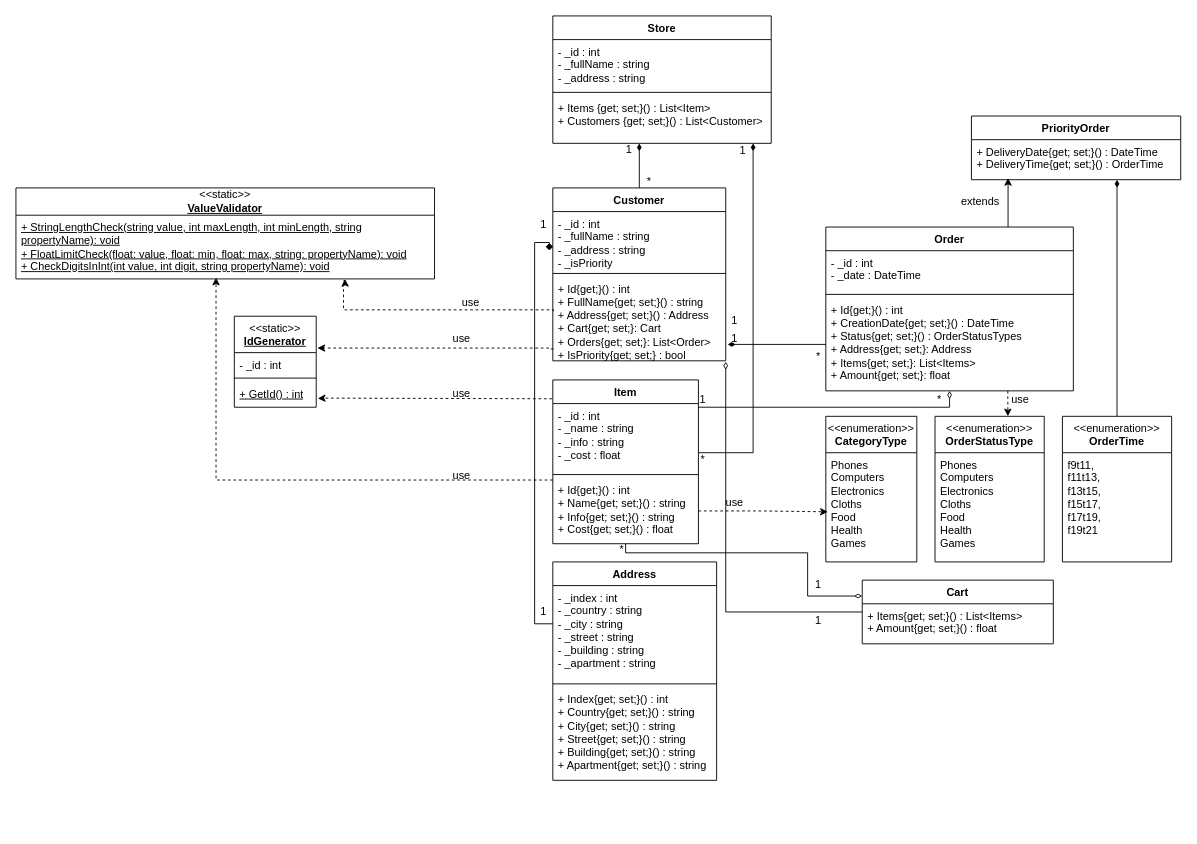
The draw.io diagram oop-winform/Diagram.drawio in antoniocra04/oop-winform, before the edit. Source tidied: cells renumbered, new cells numbered last; positions are measured from the earlier drawing's top-left corner, leaving out a move shared by most shapes. Both pictures are drawn from the tidied source at 91%, with x=0, y=0 at pixel (15, 15).
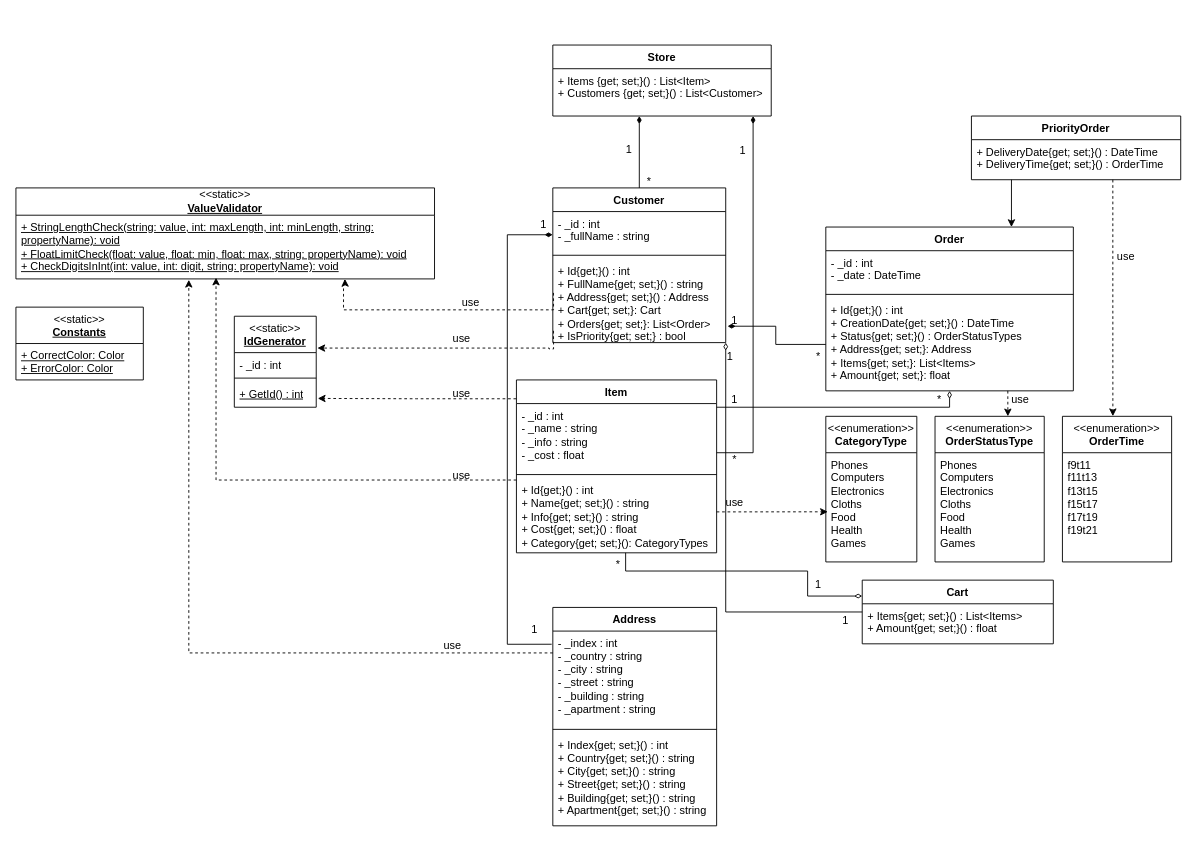
Above is the later version.

Commit message (it also covers changes not shown here):
fix(sln, diagram): исправленны замечания

Unchanged cells that the change refers to:
```xml
<mxCell id="13" value="&lt;u&gt;+ GetId() : int&lt;/u&gt;" style="text;strokeColor=none;fillColor=none;align=left;verticalAlign=top;spacingLeft=4;spacingRight=4;overflow=hidden;points=[[0,0.5],[1,0.5]];portConstraint=eastwest;whiteSpace=wrap;html=1;" parent="10" vertex="1">
  <mxGeometry y="72" width="90" height="28" as="geometry" />
</mxCell>
<mxCell id="14" value="&amp;lt;&amp;lt;static&amp;gt;&amp;gt;&lt;br&gt;&lt;b&gt;&lt;u&gt;ValueValidator&lt;/u&gt;&lt;/b&gt;" style="swimlane;fontStyle=0;horizontal=1;startSize=30;fillColor=none;whiteSpace=wrap;html=1;" parent="1" vertex="1">
  <mxGeometry y="189" width="460" height="100" as="geometry" />
</mxCell>
<mxCell id="24" value="- _index : int&lt;br&gt;- _country : string&lt;br&gt;- _city : string&lt;br&gt;&lt;div&gt;- _street : string&lt;br&gt;&lt;/div&gt;&lt;div&gt;- _building : string&lt;/div&gt;&lt;div&gt;- _apartment : string&lt;br&gt;&lt;/div&gt;" style="text;strokeColor=none;fillColor=none;align=left;verticalAlign=top;spacingLeft=4;spacingRight=4;overflow=hidden;points=[[0,0.5],[1,0.5]];portConstraint=eastwest;whiteSpace=wrap;html=1;" parent="23" vertex="1">
  <mxGeometry y="26" width="180" height="104" as="geometry" />
</mxCell>
<mxCell id="29" value="&lt;div&gt;Phones&lt;/div&gt;&lt;div&gt;Computers&lt;/div&gt;&lt;div&gt;Electronics&lt;/div&gt;&lt;div&gt;Cloths&lt;/div&gt;&lt;div&gt;Food&lt;/div&gt;&lt;div&gt;Health&lt;/div&gt;&lt;div&gt;Games&lt;br&gt;&lt;/div&gt;" style="text;strokeColor=none;fillColor=none;align=left;verticalAlign=top;spacingLeft=4;spacingRight=4;overflow=hidden;points=[[0,0.5],[1,0.5]];portConstraint=eastwest;whiteSpace=wrap;html=1;" parent="28" vertex="1">
  <mxGeometry y="40" width="100" height="120" as="geometry" />
</mxCell>
<mxCell id="44" value="Cart" style="swimlane;fontStyle=1;align=center;verticalAlign=top;horizontal=1;startSize=26;whiteSpace=wrap;html=1;" parent="1" vertex="1">
  <mxGeometry x="930" y="620" width="210" height="70" as="geometry" />
</mxCell>
<mxCell id="46" value="Order" style="swimlane;fontStyle=1;align=center;verticalAlign=top;horizontal=1;startSize=26;whiteSpace=wrap;html=1;" parent="1" vertex="1">
  <mxGeometry x="890" y="232" width="272" height="180" as="geometry" />
</mxCell>
<mxCell id="66" value="+ DeliveryDate{get; set;}() : DateTime&lt;br&gt;+ DeliveryTime{get; set;}() : OrderTime" style="text;strokeColor=none;fillColor=none;align=left;verticalAlign=top;spacingLeft=4;spacingRight=4;overflow=hidden;points=[[0,0.5],[1,0.5]];portConstraint=eastwest;whiteSpace=wrap;html=1;" parent="65" vertex="1">
  <mxGeometry y="26" width="230" height="44" as="geometry" />
</mxCell>
<mxCell id="70" value="&lt;span style=&quot;font-weight: normal;&quot;&gt;&amp;lt;&amp;lt;enumeration&amp;gt;&amp;gt;&lt;/span&gt;&lt;br&gt;OrderTime" style="swimlane;fontStyle=1;align=center;verticalAlign=top;horizontal=1;startSize=40;whiteSpace=wrap;html=1;" parent="1" vertex="1">
  <mxGeometry x="1150" y="440" width="120" height="160" as="geometry" />
</mxCell>
```

The edit, as a diff of the source:
```diff
@@
     <mxCell id="2" value="Customer" style="swimlane;fontStyle=1;align=center;verticalAlign=top;horizontal=1;startSize=26;whiteSpace=wrap;html=1;" parent="1" vertex="1">
-      <mxGeometry x="590" y="189" width="190" height="190" as="geometry" />
+      <mxGeometry x="590" y="189" width="190" height="170" as="geometry" />
     </mxCell>
-    <mxCell id="3" value="- _id : int&lt;br&gt;- _fullName : string&lt;br&gt;- _address : string&lt;div&gt;- _isPriority&lt;br&gt;&lt;/div&gt;" style="text;strokeColor=none;fillColor=none;align=left;verticalAlign=top;spacingLeft=4;spacingRight=4;overflow=hidden;points=[[0,0.5],[1,0.5]];portConstraint=eastwest;whiteSpace=wrap;html=1;" parent="2" vertex="1">
-      <mxGeometry y="26" width="190" height="64" as="geometry" />
+    <mxCell id="3" value="- _id : int&lt;br&gt;- _fullName : string" style="text;strokeColor=none;fillColor=none;align=left;verticalAlign=top;spacingLeft=4;spacingRight=4;overflow=hidden;points=[[0,0.5],[1,0.5]];portConstraint=eastwest;whiteSpace=wrap;html=1;" parent="2" vertex="1">
+      <mxGeometry y="26" width="190" height="44" as="geometry" />
     </mxCell>
     <mxCell id="4" style="line;strokeWidth=1;fillColor=none;align=left;verticalAlign=middle;spacingTop=-1;spacingLeft=3;spacingRight=3;labelPosition=right;strokeColor=inherit;" parent="2" vertex="1">
-      <mxGeometry y="90" width="190" height="8" as="geometry" />
+      <mxGeometry y="70" width="190" height="8" as="geometry" />
     </mxCell>
     <mxCell id="5" value="+ Id{get;}() : int&lt;br&gt;+ FullName{get; set;}() : string&lt;br&gt;+ Address{get; set;}() : Address&lt;div&gt;+ Cart{get; set;}: Cart&lt;/div&gt;&lt;div&gt;+ Orders{get; set;}: List&amp;lt;Order&amp;gt;&lt;/div&gt;&lt;div&gt;+ IsPriority{get; set;} : bool&lt;br&gt;&lt;/div&gt;" style="text;strokeColor=none;fillColor=none;align=left;verticalAlign=top;spacingLeft=4;spacingRight=4;overflow=hidden;points=[[0,0.5],[1,0.5]];portConstraint=eastwest;whiteSpace=wrap;html=1;" parent="2" vertex="1">
-      <mxGeometry y="98" width="190" height="92" as="geometry" />
+      <mxGeometry y="78" width="190" height="92" as="geometry" />
     </mxCell>
     <mxCell id="6" value="Item" style="swimlane;fontStyle=1;align=center;verticalAlign=top;horizontal=1;startSize=26;whiteSpace=wrap;html=1;" parent="1" vertex="1">
-      <mxGeometry x="590" y="400" width="160" height="180" as="geometry" />
+      <mxGeometry x="550" y="400" width="220" height="190" as="geometry" />
     </mxCell>
     <mxCell id="7" value="- _id : int&lt;br&gt;- _name : string&lt;br&gt;- _info : string&lt;br&gt;- _cost : float" style="text;strokeColor=none;fillColor=none;align=left;verticalAlign=top;spacingLeft=4;spacingRight=4;overflow=hidden;points=[[0,0.5],[1,0.5]];portConstraint=eastwest;whiteSpace=wrap;html=1;" parent="6" vertex="1">
-      <mxGeometry y="26" width="160" height="74" as="geometry" />
+      <mxGeometry y="26" width="220" height="74" as="geometry" />
     </mxCell>
     <mxCell id="8" style="line;strokeWidth=1;fillColor=none;align=left;verticalAlign=middle;spacingTop=-1;spacingLeft=3;spacingRight=3;labelPosition=right;strokeColor=inherit;" parent="6" vertex="1">
-      <mxGeometry y="100" width="160" height="8" as="geometry" />
+      <mxGeometry y="100" width="220" height="8" as="geometry" />
     </mxCell>
-    <mxCell id="9" value="+ Id{get;}() : int&lt;br&gt;+ Name{get; set;}() : string&lt;br&gt;+ Info{get; set;}() : string&lt;br&gt;+ Cost{get; set;}() : float" style="text;strokeColor=none;fillColor=none;align=left;verticalAlign=top;spacingLeft=4;spacingRight=4;overflow=hidden;points=[[0,0.5],[1,0.5]];portConstraint=eastwest;whiteSpace=wrap;html=1;" parent="6" vertex="1">
-      <mxGeometry y="108" width="160" height="72" as="geometry" />
+    <mxCell id="9" value="+ Id{get;}() : int&lt;br&gt;+ Name{get; set;}() : string&lt;br&gt;+ Info{get; set;}() : string&lt;br&gt;+ Cost{get; set;}() : float&lt;div&gt;+ Category{get; set;}(): CategoryTypes&lt;/div&gt;" style="text;strokeColor=none;fillColor=none;align=left;verticalAlign=top;spacingLeft=4;spacingRight=4;overflow=hidden;points=[[0,0.5],[1,0.5]];portConstraint=eastwest;whiteSpace=wrap;html=1;" parent="6" vertex="1">
+      <mxGeometry y="108" width="220" height="82" as="geometry" />
     </mxCell>
@@
-    <mxCell id="15" value="&lt;div&gt;&lt;u&gt;+ StringLengthCheck(string value, int maxLength, int minLength, string propertyName): void&lt;br&gt;&lt;/u&gt;&lt;/div&gt;&lt;div&gt;&lt;u&gt;+ FloatLimitCheck(float: value, float: min, float: max, string: propertyName): void&lt;br&gt;&lt;/u&gt;&lt;/div&gt;&lt;div&gt;&lt;u&gt;+ CheckDigitsInInt(int value, int digit, string propertyName): void&lt;/u&gt;&lt;br&gt;&lt;/div&gt;" style="text;strokeColor=none;fillColor=none;align=left;verticalAlign=top;spacingLeft=4;spacingRight=4;overflow=hidden;points=[[0,0.5],[1,0.5]];portConstraint=eastwest;whiteSpace=wrap;html=1;" parent="14" vertex="1">
+    <mxCell id="15" value="&lt;div&gt;&lt;u&gt;+ StringLengthCheck(string: value, int: maxLength, int: minLength, string: propertyName): void&lt;br&gt;&lt;/u&gt;&lt;/div&gt;&lt;div&gt;&lt;u&gt;+ FloatLimitCheck(float: value, float: min, float: max, string: propertyName): void&lt;br&gt;&lt;/u&gt;&lt;/div&gt;&lt;div&gt;&lt;u&gt;+ CheckDigitsInInt(int: value, int: digit, string: propertyName): void&lt;/u&gt;&lt;br&gt;&lt;/div&gt;" style="text;strokeColor=none;fillColor=none;align=left;verticalAlign=top;spacingLeft=4;spacingRight=4;overflow=hidden;points=[[0,0.5],[1,0.5]];portConstraint=eastwest;whiteSpace=wrap;html=1;" parent="14" vertex="1">
       <mxGeometry y="30" width="460" height="70" as="geometry" />
     </mxCell>
@@
-    <mxCell id="19" style="edgeStyle=orthogonalEdgeStyle;rounded=0;jettySize=auto;html=1;entryX=1.019;entryY=0.655;entryDx=0;entryDy=0;dashed=1;entryPerimeter=0;exitX=-0.005;exitY=0.115;exitDx=0;exitDy=0;exitPerimeter=0;" parent="1" edge="1" source="6" target="13">
-      <mxGeometry relative="1" as="geometry">
-        <Array as="points">
-          <mxPoint x="587" y="421" />
-          <mxPoint x="340" y="420" />
-          <mxPoint x="340" y="390" />
-        </Array>
-      </mxGeometry>
+    <mxCell id="19" style="edgeStyle=orthogonalEdgeStyle;rounded=0;jettySize=auto;html=1;entryX=1.019;entryY=0.655;entryDx=0;entryDy=0;dashed=1;entryPerimeter=0;exitX=-0.001;exitY=0.109;exitDx=0;exitDy=0;exitPerimeter=0;" parent="1" edge="1" source="6" target="13">
+      <mxGeometry relative="1" as="geometry" />
     </mxCell>
@@
     <mxCell id="23" value="Address" style="swimlane;fontStyle=1;align=center;verticalAlign=top;horizontal=1;startSize=26;whiteSpace=wrap;html=1;" parent="1" vertex="1">
-      <mxGeometry x="590" y="600" width="180" height="240" as="geometry" />
+      <mxGeometry x="590" y="650" width="180" height="240" as="geometry" />
     </mxCell>
@@
-    <mxCell id="27" style="edgeStyle=orthogonalEdgeStyle;rounded=0;jettySize=auto;html=1;entryX=-0.02;entryY=0.669;entryDx=0;entryDy=0;endArrow=diamond;endFill=1;entryPerimeter=0;" parent="1" edge="1" source="24" target="3">
+    <mxCell id="27" style="edgeStyle=orthogonalEdgeStyle;rounded=0;jettySize=auto;html=1;entryX=-0.001;entryY=0.579;entryDx=0;entryDy=0;endArrow=diamondThin;endFill=1;entryPerimeter=0;exitX=-0.007;exitY=0.139;exitDx=0;exitDy=0;exitPerimeter=0;" parent="1" edge="1" source="24" target="3">
       <mxGeometry relative="1" as="geometry">
         <Array as="points">
-          <mxPoint x="570" y="668" />
-          <mxPoint x="570" y="249" />
+          <mxPoint x="540" y="691" />
+          <mxPoint x="540" y="240" />
         </Array>
       </mxGeometry>
     </mxCell>
@@
     <mxCell id="30" value="1" style="text;html=1;align=center;verticalAlign=middle;whiteSpace=wrap;rounded=0;" parent="1" vertex="1">
-      <mxGeometry x="550" y="640" width="60" height="30" as="geometry" />
+      <mxGeometry x="540" y="660" width="60" height="30" as="geometry" />
     </mxCell>
     <mxCell id="31" style="edgeStyle=orthogonalEdgeStyle;rounded=0;jettySize=auto;html=1;entryX=0.022;entryY=0.541;entryDx=0;entryDy=0;entryPerimeter=0;dashed=1;" parent="1" edge="1" source="9" target="29">
-      <mxGeometry relative="1" as="geometry" />
+      <mxGeometry relative="1" as="geometry">
+        <Array as="points">
+          <mxPoint x="800" y="545" />
+          <mxPoint x="800" y="545" />
+        </Array>
+      </mxGeometry>
     </mxCell>
@@
     <mxCell id="34" value="Store" style="swimlane;fontStyle=1;align=center;verticalAlign=top;horizontal=1;startSize=26;whiteSpace=wrap;html=1;" parent="1" vertex="1">
-      <mxGeometry x="590" width="240" height="140" as="geometry" />
+      <mxGeometry x="590" y="32" width="240" height="78" as="geometry" />
     </mxCell>
-    <mxCell id="35" value="- _id : int&lt;br&gt;- _fullName : string&lt;br&gt;- _address : string" style="text;strokeColor=none;fillColor=none;align=left;verticalAlign=top;spacingLeft=4;spacingRight=4;overflow=hidden;whiteSpace=wrap;html=1;" parent="34" vertex="1">
-      <mxGeometry y="26" width="240" height="54" as="geometry" />
-    </mxCell>
-    <mxCell id="36" style="line;strokeWidth=1;fillColor=none;align=left;verticalAlign=middle;spacingTop=-1;spacingLeft=3;spacingRight=3;labelPosition=right;strokeColor=inherit;" parent="34" vertex="1">
-      <mxGeometry y="80" width="240" height="8" as="geometry" />
-    </mxCell>
     <mxCell id="37" value="+ Items {get; set;}() :&amp;nbsp;List&amp;lt;Item&amp;gt;&lt;br&gt;+ Customers {get; set;}() :&amp;nbsp;List&amp;lt;Customer&amp;gt;" style="text;strokeColor=none;fillColor=none;align=left;verticalAlign=top;spacingLeft=4;spacingRight=4;overflow=hidden;points=[[0,0.5],[1,0.5]];portConstraint=eastwest;whiteSpace=wrap;html=1;" parent="34" vertex="1">
-      <mxGeometry y="88" width="240" height="52" as="geometry" />
+      <mxGeometry y="26" width="240" height="52" as="geometry" />
     </mxCell>
@@
     <mxCell id="43" value="*" style="text;html=1;align=center;verticalAlign=middle;whiteSpace=wrap;rounded=0;" parent="1" vertex="1">
-      <mxGeometry x="740" y="473" width="30" height="30" as="geometry" />
+      <mxGeometry x="775" y="473" width="30" height="30" as="geometry" />
     </mxCell>
@@
     <mxCell id="57" value="1" style="text;html=1;align=center;verticalAlign=middle;whiteSpace=wrap;rounded=0;" parent="1" vertex="1">
-      <mxGeometry x="740" y="407" width="30" height="30" as="geometry" />
+      <mxGeometry x="775" y="407" width="30" height="30" as="geometry" />
     </mxCell>
@@
-    <mxCell id="59" style="edgeStyle=orthogonalEdgeStyle;rounded=0;jettySize=auto;html=1;endArrow=diamondThin;endFill=0;" parent="1" edge="1" source="44">
+    <mxCell id="59" style="edgeStyle=orthogonalEdgeStyle;rounded=0;jettySize=auto;html=1;endArrow=diamondThin;endFill=0;entryX=1;entryY=1;entryDx=0;entryDy=0;" parent="1" edge="1" source="44" target="2">
       <mxGeometry relative="1" as="geometry">
-        <mxPoint x="780" y="380" as="targetPoint" />
         <Array as="points">
           <mxPoint x="780" y="655" />
         </Array>
       </mxGeometry>
     </mxCell>
     <mxCell id="60" style="edgeStyle=orthogonalEdgeStyle;rounded=0;jettySize=auto;html=1;entryX=0;entryY=0.25;entryDx=0;entryDy=0;endArrow=diamondThin;endFill=0;" parent="1" edge="1" source="6" target="44">
       <mxGeometry relative="1" as="geometry">
         <Array as="points">
-          <mxPoint x="670" y="590" />
-          <mxPoint x="870" y="590" />
-          <mxPoint x="870" y="638" />
+          <mxPoint x="670" y="610" />
+          <mxPoint x="870" y="610" />
+          <mxPoint x="870" y="637" />
         </Array>
       </mxGeometry>
     </mxCell>
     <mxCell id="61" value="*" style="text;html=1;align=center;verticalAlign=middle;whiteSpace=wrap;rounded=0;" parent="1" vertex="1">
-      <mxGeometry x="651" y="572" width="30" height="30" as="geometry" />
+      <mxGeometry x="647" y="588" width="30" height="30" as="geometry" />
     </mxCell>
     <mxCell id="62" value="1" style="text;html=1;align=center;verticalAlign=middle;whiteSpace=wrap;rounded=0;" parent="1" vertex="1">
-      <mxGeometry x="867" y="650" width="30" height="30" as="geometry" />
+      <mxGeometry x="897" y="650" width="30" height="30" as="geometry" />
     </mxCell>
     <mxCell id="63" value="1" style="text;html=1;align=center;verticalAlign=middle;whiteSpace=wrap;rounded=0;" parent="1" vertex="1">
-      <mxGeometry x="775" y="340" width="30" height="30" as="geometry" />
+      <mxGeometry x="770" y="360" width="30" height="30" as="geometry" />
     </mxCell>
@@
-    <mxCell id="67" style="edgeStyle=orthogonalEdgeStyle;rounded=0;jettySize=auto;html=1;entryX=0.175;entryY=0.956;entryDx=0;entryDy=0;entryPerimeter=0;" parent="1" edge="1" source="46" target="66">
-      <mxGeometry relative="1" as="geometry">
-        <Array as="points">
-          <mxPoint x="1090" y="178" />
-        </Array>
-      </mxGeometry>
-    </mxCell>
-    <mxCell id="68" value="extends" style="text;html=1;align=center;verticalAlign=middle;whiteSpace=wrap;rounded=0;" parent="1" vertex="1">
-      <mxGeometry x="1030" y="189" width="60" height="30" as="geometry" />
-    </mxCell>
-    <mxCell id="69" style="edgeStyle=orthogonalEdgeStyle;rounded=0;jettySize=auto;html=1;endArrow=diamondThin;endFill=1;" parent="1" edge="1" source="70" target="66">
-      <mxGeometry relative="1" as="geometry">
-        <Array as="points">
-          <mxPoint x="1210" y="230" />
-          <mxPoint x="1210" y="230" />
-        </Array>
-      </mxGeometry>
-    </mxCell>
@@
-    <mxCell id="71" value="&lt;div&gt;f9t11,&lt;/div&gt;&lt;div&gt;f11t13,&lt;/div&gt;&lt;div&gt;f13t15,&lt;/div&gt;&lt;div&gt;f15t17,&lt;/div&gt;&lt;div&gt;f17t19,&lt;/div&gt;&lt;div&gt;&lt;span style=&quot;background-color: initial;&quot;&gt;f19t21&lt;/span&gt;&lt;/div&gt;" style="text;strokeColor=none;fillColor=none;align=left;verticalAlign=top;spacingLeft=4;spacingRight=4;overflow=hidden;whiteSpace=wrap;html=1;" parent="70" vertex="1">
+    <mxCell id="71" value="&lt;div&gt;f9t11&lt;/div&gt;&lt;div&gt;f11t13&lt;/div&gt;&lt;div&gt;f13t15&lt;/div&gt;&lt;div&gt;f15t17&lt;/div&gt;&lt;div&gt;f17t19&lt;/div&gt;&lt;div&gt;&lt;span style=&quot;background-color: initial;&quot;&gt;f19t21&lt;/span&gt;&lt;/div&gt;" style="text;strokeColor=none;fillColor=none;align=left;verticalAlign=top;spacingLeft=4;spacingRight=4;overflow=hidden;whiteSpace=wrap;html=1;" parent="70" vertex="1">
       <mxGeometry y="40" width="120" height="120" as="geometry" />
     </mxCell>
@@
+    <mxCell id="74" value="&lt;span style=&quot;font-weight: normal;&quot;&gt;&amp;lt;&amp;lt;static&amp;gt;&amp;gt;&lt;/span&gt;&lt;br&gt;&lt;u&gt;Constants&lt;/u&gt;" style="swimlane;fontStyle=1;align=center;verticalAlign=top;horizontal=1;startSize=40;whiteSpace=wrap;html=1;" parent="1" vertex="1">
+      <mxGeometry y="320" width="140" height="80" as="geometry" />
+    </mxCell>
+    <mxCell id="75" value="&lt;u&gt;+ CorrectColor: Color&lt;/u&gt;&lt;div&gt;&lt;u&gt;+ ErrorColor: Color&lt;br&gt;&lt;/u&gt;&lt;div&gt;&lt;br&gt;&lt;/div&gt;&lt;/div&gt;" style="text;strokeColor=none;fillColor=none;align=left;verticalAlign=top;spacingLeft=4;spacingRight=4;overflow=hidden;whiteSpace=wrap;html=1;" parent="74" vertex="1">
+      <mxGeometry y="40" width="140" height="40" as="geometry" />
+    </mxCell>
+    <mxCell id="76" style="edgeStyle=orthogonalEdgeStyle;rounded=0;jettySize=auto;html=1;entryX=0.462;entryY=-0.001;entryDx=0;entryDy=0;entryPerimeter=0;dashed=1;" parent="1" edge="1" source="66" target="70">
+      <mxGeometry relative="1" as="geometry">
+        <Array as="points">
+          <mxPoint x="1205" y="310" />
+        </Array>
+      </mxGeometry>
+    </mxCell>
+    <mxCell id="77" value="use" style="text;html=1;align=center;verticalAlign=middle;whiteSpace=wrap;rounded=0;" parent="1" vertex="1">
+      <mxGeometry x="1190" y="250" width="60" height="30" as="geometry" />
+    </mxCell>
+    <mxCell id="78" style="edgeStyle=orthogonalEdgeStyle;rounded=0;jettySize=auto;html=1;entryX=0.75;entryY=0;entryDx=0;entryDy=0;" parent="1" edge="1" source="66" target="46">
+      <mxGeometry relative="1" as="geometry">
+        <Array as="points">
+          <mxPoint x="1094" y="180" />
+          <mxPoint x="1094" y="180" />
+        </Array>
+      </mxGeometry>
+    </mxCell>
+    <mxCell id="79" style="edgeStyle=orthogonalEdgeStyle;rounded=0;jettySize=auto;html=1;entryX=0.413;entryY=1.014;entryDx=0;entryDy=0;entryPerimeter=0;dashed=1;" parent="1" edge="1" source="24" target="15">
+      <mxGeometry relative="1" as="geometry">
+        <Array as="points">
+          <mxPoint x="190" y="700" />
+        </Array>
+      </mxGeometry>
+    </mxCell>
+    <mxCell id="80" value="use" style="text;html=1;align=center;verticalAlign=middle;whiteSpace=wrap;rounded=0;" parent="1" vertex="1">
+      <mxGeometry x="450" y="677" width="60" height="30" as="geometry" />
+    </mxCell>
```
